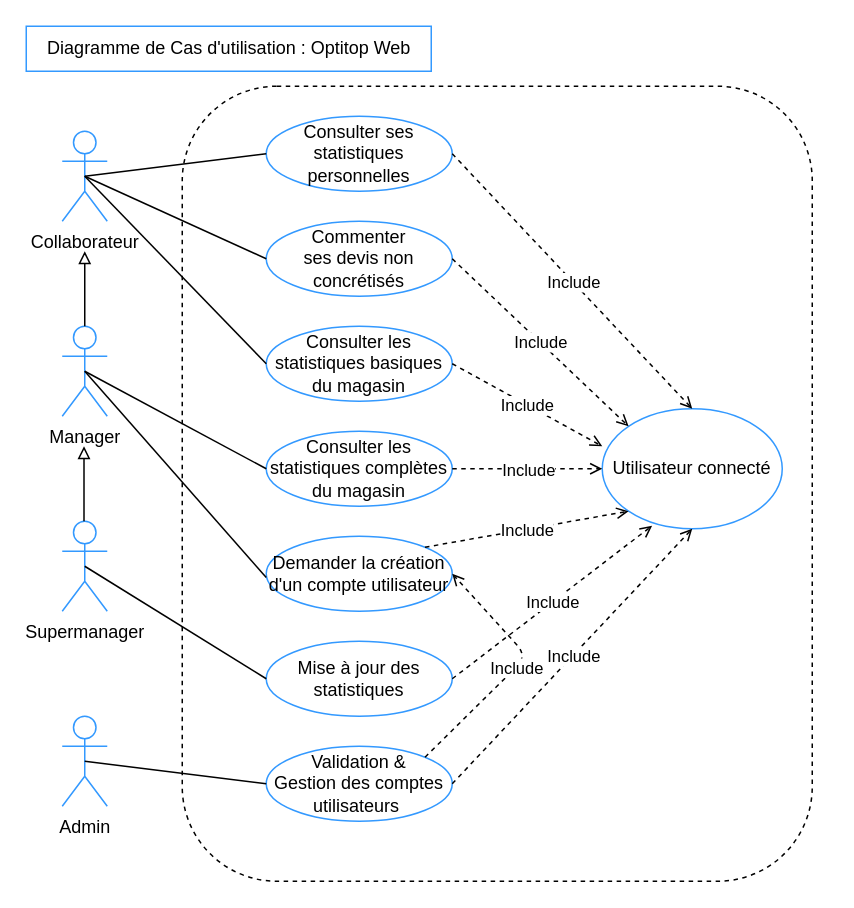
joyhure/Optitop_java keeps this draw.io diagram as Ressources/Diagrammes/Diagramme Cas d'utilisation.drawio. Above is the earlier version. Source tidied: cells renumbered, new cells numbered last; positions are measured from the earlier drawing's top-left corner, leaving out a move shared by most shapes. Both pictures are drawn from the tidied source at 150%, with x=0, y=0 at pixel (26, 26).
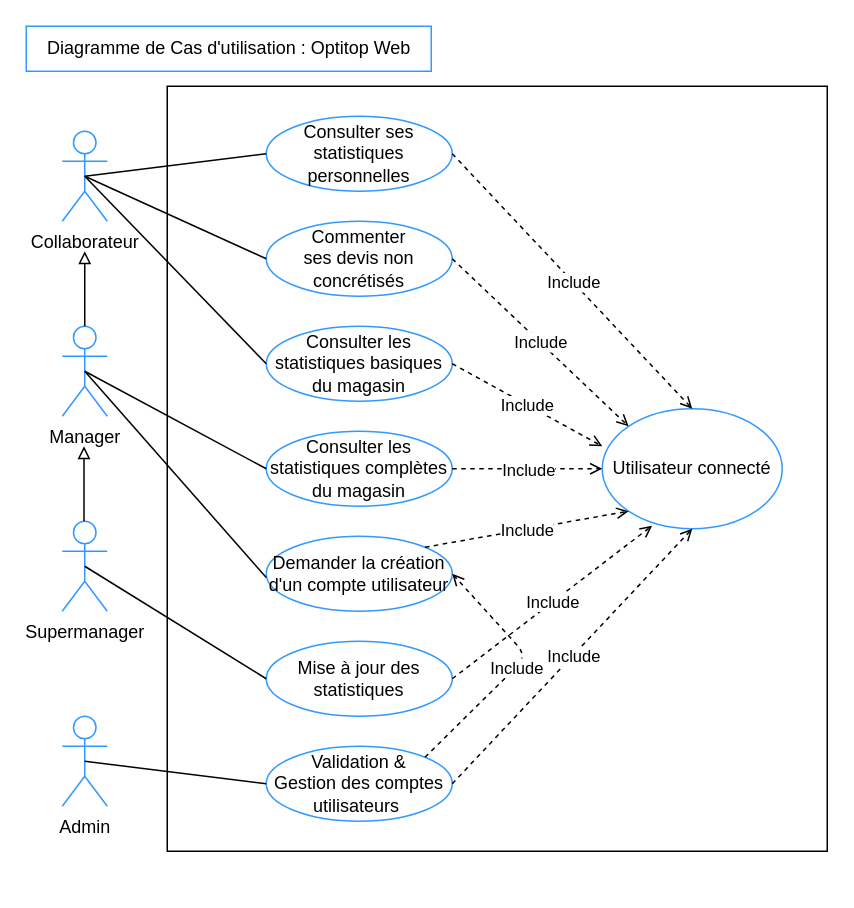
The same diagram, later.

Commit message:
Mise à jour du diagramme de cas d'utilisation : ajustement de la taille et ajout d'un nouvel élément

Diff of the diagram source:
```diff
@@
+    <mxCell id="41" style="rounded=0;whiteSpace=wrap;html=1;" parent="1" vertex="1">
+      <mxGeometry x="94" y="40" width="440" height="510" as="geometry" />
+    </mxCell>
@@
-    <mxCell id="7" style="rounded=1;whiteSpace=wrap;html=1;strokeColor=default;labelBackgroundColor=default;endArrow=open;fontSize=11;dashed=1;endFill=0;" parent="1" vertex="1">
-      <mxGeometry x="104" y="40" width="420" height="530" as="geometry" />
-    </mxCell>
```
